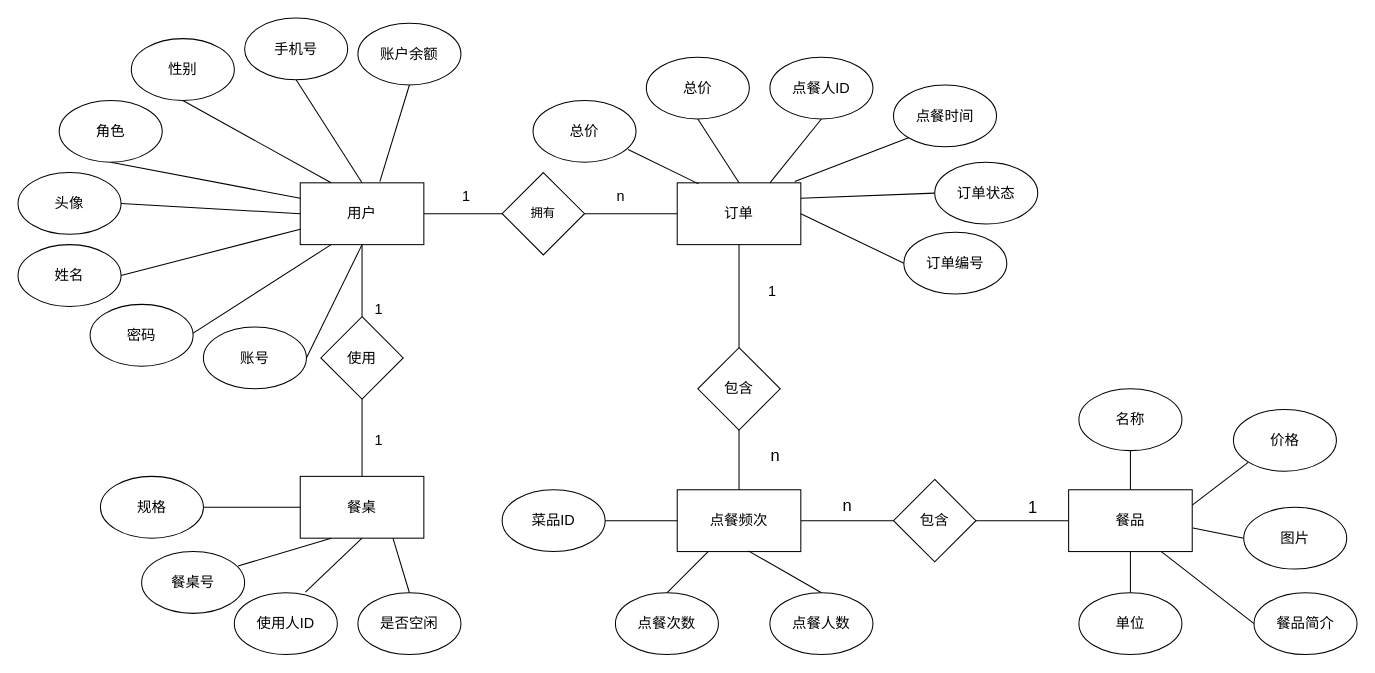
This is page "总体ER图" (18 of 18) of main.drawio from bzerozero7/test, a draw.io file, before an edit. Source tidied: cells renumbered, new cells numbered last; positions are measured from the earlier drawing's top-left corner, leaving out a move shared by most shapes. Both pictures are drawn from the tidied source at 103%, with x=0, y=0 at pixel (18, 18).
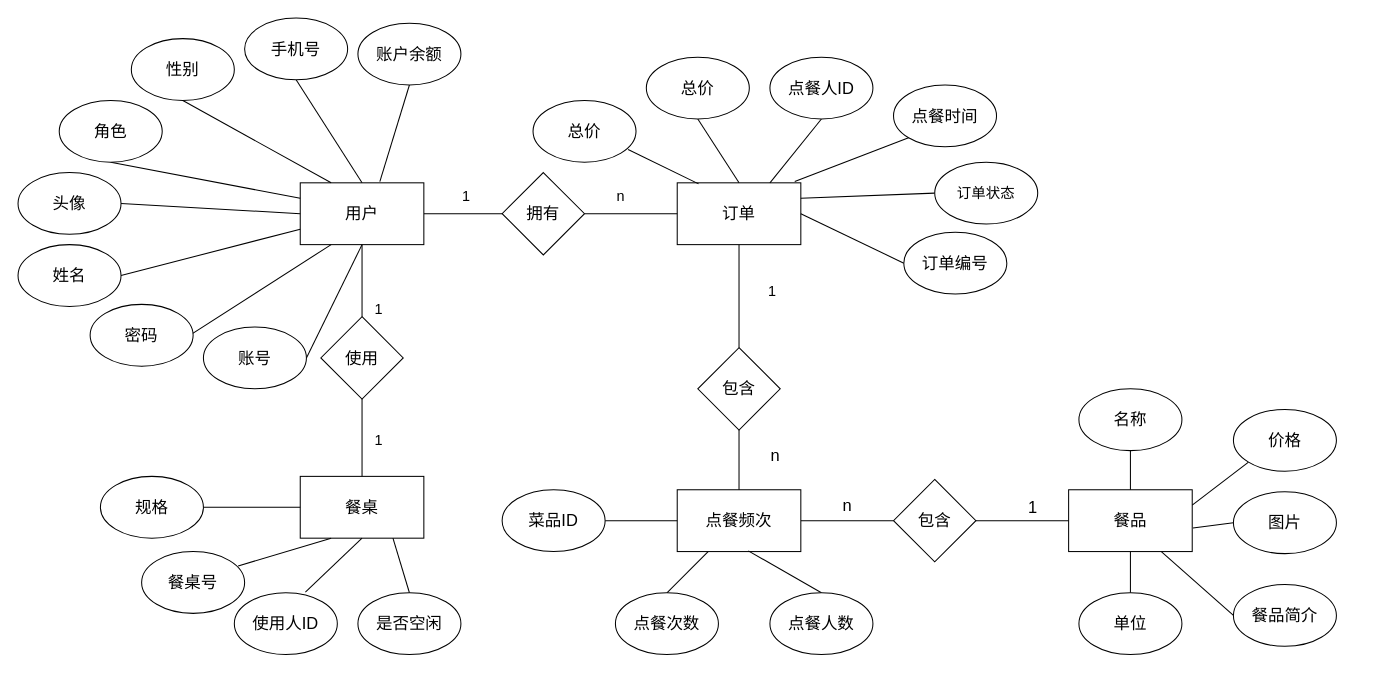
Above is the later version.

What changed in the source:
```diff
@@
-    <mxCell id="4" value="&lt;font style=&quot;font-size: 14px;&quot;&gt;用户&lt;/font&gt;" style="rounded=0;whiteSpace=wrap;html=1;" parent="1" vertex="1">
+    <mxCell id="4" value="&lt;font style=&quot;font-size: 16px;&quot;&gt;用户&lt;/font&gt;" style="rounded=0;whiteSpace=wrap;html=1;" parent="1" vertex="1">
       <mxGeometry x="274" y="160" width="120" height="60" as="geometry" />
     </mxCell>
@@
-    <mxCell id="6" value="&lt;font style=&quot;font-size: 14px;&quot;&gt;账号&lt;/font&gt;" style="ellipse;whiteSpace=wrap;html=1;" parent="1" vertex="1">
+    <mxCell id="6" value="&lt;font style=&quot;font-size: 16px;&quot;&gt;账号&lt;/font&gt;" style="ellipse;whiteSpace=wrap;html=1;" parent="1" vertex="1">
       <mxGeometry x="180" y="300" width="100" height="60" as="geometry" />
     </mxCell>
@@
-    <mxCell id="8" value="&lt;font style=&quot;font-size: 14px;&quot;&gt;密码&lt;/font&gt;" style="ellipse;whiteSpace=wrap;html=1;" parent="1" vertex="1">
+    <mxCell id="8" value="&lt;font style=&quot;font-size: 16px;&quot;&gt;密码&lt;/font&gt;" style="ellipse;whiteSpace=wrap;html=1;" parent="1" vertex="1">
       <mxGeometry x="70" y="278" width="100" height="60" as="geometry" />
     </mxCell>
@@
-    <mxCell id="10" value="&lt;font style=&quot;font-size: 14px;&quot;&gt;姓名&lt;/font&gt;" style="ellipse;whiteSpace=wrap;html=1;" parent="1" vertex="1">
+    <mxCell id="10" value="&lt;font style=&quot;font-size: 16px;&quot;&gt;姓名&lt;/font&gt;" style="ellipse;whiteSpace=wrap;html=1;" parent="1" vertex="1">
       <mxGeometry y="220" width="100" height="60" as="geometry" />
     </mxCell>
@@
-    <mxCell id="12" value="&lt;font style=&quot;font-size: 14px;&quot;&gt;头像&lt;/font&gt;" style="ellipse;whiteSpace=wrap;html=1;" parent="1" vertex="1">
+    <mxCell id="12" value="&lt;font style=&quot;font-size: 16px;&quot;&gt;头像&lt;/font&gt;" style="ellipse;whiteSpace=wrap;html=1;" parent="1" vertex="1">
       <mxGeometry y="150" width="100" height="60" as="geometry" />
     </mxCell>
@@
-    <mxCell id="14" value="&lt;font style=&quot;font-size: 14px;&quot;&gt;角色&lt;/font&gt;" style="ellipse;whiteSpace=wrap;html=1;" parent="1" vertex="1">
+    <mxCell id="14" value="&lt;font style=&quot;font-size: 16px;&quot;&gt;角色&lt;/font&gt;" style="ellipse;whiteSpace=wrap;html=1;" parent="1" vertex="1">
       <mxGeometry x="40" y="80" width="100" height="60" as="geometry" />
     </mxCell>
@@
-    <mxCell id="16" value="&lt;font style=&quot;font-size: 14px;&quot;&gt;性别&lt;/font&gt;" style="ellipse;whiteSpace=wrap;html=1;" parent="1" vertex="1">
+    <mxCell id="16" value="&lt;font style=&quot;font-size: 16px;&quot;&gt;性别&lt;/font&gt;" style="ellipse;whiteSpace=wrap;html=1;" parent="1" vertex="1">
       <mxGeometry x="110" y="20" width="100" height="60" as="geometry" />
     </mxCell>
@@
-    <mxCell id="18" value="&lt;font style=&quot;font-size: 14px;&quot;&gt;手机号&lt;/font&gt;" style="ellipse;whiteSpace=wrap;html=1;" parent="1" vertex="1">
+    <mxCell id="18" value="&lt;font style=&quot;font-size: 16px;&quot;&gt;手机号&lt;/font&gt;" style="ellipse;whiteSpace=wrap;html=1;" parent="1" vertex="1">
       <mxGeometry x="220" width="100" height="60" as="geometry" />
     </mxCell>
@@
-    <mxCell id="20" value="&lt;font style=&quot;font-size: 14px;&quot;&gt;账户余额&lt;/font&gt;" style="ellipse;whiteSpace=wrap;html=1;" parent="1" vertex="1">
+    <mxCell id="20" value="&lt;font style=&quot;font-size: 16px;&quot;&gt;账户余额&lt;/font&gt;" style="ellipse;whiteSpace=wrap;html=1;" parent="1" vertex="1">
       <mxGeometry x="330" y="5" width="100" height="60" as="geometry" />
     </mxCell>
@@
-    <mxCell id="22" value="&lt;font style=&quot;font-size: 14px;&quot;&gt;订单&lt;/font&gt;" style="rounded=0;whiteSpace=wrap;html=1;" parent="1" vertex="1">
+    <mxCell id="22" value="&lt;font style=&quot;font-size: 16px;&quot;&gt;订单&lt;/font&gt;" style="rounded=0;whiteSpace=wrap;html=1;" parent="1" vertex="1">
       <mxGeometry x="640" y="160" width="120" height="60" as="geometry" />
     </mxCell>
@@
-    <mxCell id="24" value="&lt;font style=&quot;font-size: 14px;&quot;&gt;总价&lt;/font&gt;" style="ellipse;whiteSpace=wrap;html=1;" parent="1" vertex="1">
+    <mxCell id="24" value="&lt;font style=&quot;font-size: 16px;&quot;&gt;总价&lt;/font&gt;" style="ellipse;whiteSpace=wrap;html=1;" parent="1" vertex="1">
       <mxGeometry x="610" y="38" width="100" height="60" as="geometry" />
     </mxCell>
@@
-    <mxCell id="26" value="&lt;font style=&quot;font-size: 14px;&quot;&gt;点餐人ID&lt;/font&gt;" style="ellipse;whiteSpace=wrap;html=1;" parent="1" vertex="1">
+    <mxCell id="26" value="&lt;font style=&quot;font-size: 16px;&quot;&gt;点餐人ID&lt;/font&gt;" style="ellipse;whiteSpace=wrap;html=1;" parent="1" vertex="1">
       <mxGeometry x="730" y="38" width="100" height="60" as="geometry" />
     </mxCell>
@@
-    <mxCell id="28" value="&lt;font style=&quot;font-size: 14px;&quot;&gt;点餐时间&lt;/font&gt;" style="ellipse;whiteSpace=wrap;html=1;" parent="1" vertex="1">
+    <mxCell id="28" value="&lt;font style=&quot;font-size: 16px;&quot;&gt;点餐时间&lt;/font&gt;" style="ellipse;whiteSpace=wrap;html=1;" parent="1" vertex="1">
       <mxGeometry x="850" y="65" width="100" height="60" as="geometry" />
     </mxCell>
@@
-    <mxCell id="32" value="&lt;font style=&quot;font-size: 14px;&quot;&gt;订单编号&lt;/font&gt;" style="ellipse;whiteSpace=wrap;html=1;" parent="1" vertex="1">
+    <mxCell id="32" value="&lt;font style=&quot;font-size: 16px;&quot;&gt;订单编号&lt;/font&gt;" style="ellipse;whiteSpace=wrap;html=1;" parent="1" vertex="1">
       <mxGeometry x="860" y="208" width="100" height="60" as="geometry" />
     </mxCell>
@@
-    <mxCell id="34" value="&lt;font style=&quot;font-size: 14px;&quot;&gt;总价&lt;/font&gt;" style="ellipse;whiteSpace=wrap;html=1;" parent="1" vertex="1">
+    <mxCell id="34" value="&lt;font style=&quot;font-size: 16px;&quot;&gt;总价&lt;/font&gt;" style="ellipse;whiteSpace=wrap;html=1;" parent="1" vertex="1">
       <mxGeometry x="500" y="80" width="100" height="60" as="geometry" />
     </mxCell>
@@
-    <mxCell id="36" value="拥有" style="rhombus;whiteSpace=wrap;html=1;" parent="1" vertex="1">
+    <mxCell id="36" value="&lt;font style=&quot;font-size: 16px;&quot;&gt;拥有&lt;/font&gt;" style="rhombus;whiteSpace=wrap;html=1;" parent="1" vertex="1">
       <mxGeometry x="470" y="150" width="80" height="80" as="geometry" />
     </mxCell>
@@
-    <mxCell id="39" value="&lt;font style=&quot;font-size: 14px;&quot;&gt;餐桌&lt;/font&gt;" style="rounded=0;whiteSpace=wrap;html=1;" parent="1" vertex="1">
+    <mxCell id="39" value="&lt;font style=&quot;font-size: 16px;&quot;&gt;餐桌&lt;/font&gt;" style="rounded=0;whiteSpace=wrap;html=1;" parent="1" vertex="1">
       <mxGeometry x="274" y="445" width="120" height="60" as="geometry" />
     </mxCell>
@@
-    <mxCell id="41" value="&lt;font style=&quot;font-size: 14px;&quot;&gt;餐桌号&lt;/font&gt;" style="ellipse;whiteSpace=wrap;html=1;" parent="1" vertex="1">
+    <mxCell id="41" value="&lt;font style=&quot;font-size: 16px;&quot;&gt;餐桌号&lt;/font&gt;" style="ellipse;whiteSpace=wrap;html=1;" parent="1" vertex="1">
       <mxGeometry x="120" y="518" width="100" height="60" as="geometry" />
     </mxCell>
@@
-    <mxCell id="43" value="&lt;font style=&quot;font-size: 14px;&quot;&gt;规格&lt;/font&gt;" style="ellipse;whiteSpace=wrap;html=1;" parent="1" vertex="1">
+    <mxCell id="43" value="&lt;font style=&quot;font-size: 16px;&quot;&gt;规格&lt;/font&gt;" style="ellipse;whiteSpace=wrap;html=1;" parent="1" vertex="1">
       <mxGeometry x="80" y="445" width="100" height="60" as="geometry" />
     </mxCell>
@@
-    <mxCell id="45" value="&lt;font style=&quot;font-size: 14px;&quot;&gt;是否空闲&lt;/font&gt;" style="ellipse;whiteSpace=wrap;html=1;" parent="1" vertex="1">
+    <mxCell id="45" value="&lt;font style=&quot;font-size: 16px;&quot;&gt;是否空闲&lt;/font&gt;" style="ellipse;whiteSpace=wrap;html=1;" parent="1" vertex="1">
       <mxGeometry x="330" y="558" width="100" height="60" as="geometry" />
     </mxCell>
@@
-    <mxCell id="47" value="&lt;font style=&quot;font-size: 14px;&quot;&gt;使用人ID&lt;/font&gt;" style="ellipse;whiteSpace=wrap;html=1;" parent="1" vertex="1">
+    <mxCell id="47" value="&lt;font style=&quot;font-size: 16px;&quot;&gt;使用人ID&lt;/font&gt;" style="ellipse;whiteSpace=wrap;html=1;" parent="1" vertex="1">
       <mxGeometry x="210" y="558" width="100" height="60" as="geometry" />
     </mxCell>
@@
-    <mxCell id="49" value="&lt;font style=&quot;font-size: 14px;&quot;&gt;使用&lt;/font&gt;" style="rhombus;whiteSpace=wrap;html=1;" parent="1" vertex="1">
+    <mxCell id="49" value="&lt;font style=&quot;font-size: 16px;&quot;&gt;使用&lt;/font&gt;" style="rhombus;whiteSpace=wrap;html=1;" parent="1" vertex="1">
       <mxGeometry x="294" y="290" width="80" height="80" as="geometry" />
     </mxCell>
@@
-    <mxCell id="53" value="&lt;font style=&quot;font-size: 14px;&quot;&gt;点餐频次&lt;/font&gt;" style="rounded=0;whiteSpace=wrap;html=1;" parent="1" vertex="1">
+    <mxCell id="53" value="&lt;font style=&quot;font-size: 16px;&quot;&gt;点餐频次&lt;/font&gt;" style="rounded=0;whiteSpace=wrap;html=1;" parent="1" vertex="1">
       <mxGeometry x="640" y="458" width="120" height="60" as="geometry" />
     </mxCell>
@@
-    <mxCell id="55" value="&lt;font style=&quot;font-size: 14px;&quot;&gt;菜品ID&lt;/font&gt;" style="ellipse;whiteSpace=wrap;html=1;" parent="1" vertex="1">
+    <mxCell id="55" value="&lt;font style=&quot;font-size: 16px;&quot;&gt;菜品ID&lt;/font&gt;" style="ellipse;whiteSpace=wrap;html=1;" parent="1" vertex="1">
       <mxGeometry x="470" y="458" width="100" height="60" as="geometry" />
     </mxCell>
@@
-    <mxCell id="57" value="&lt;font style=&quot;font-size: 14px;&quot;&gt;点餐人数&lt;/font&gt;" style="ellipse;whiteSpace=wrap;html=1;" parent="1" vertex="1">
+    <mxCell id="57" value="&lt;font style=&quot;font-size: 16px;&quot;&gt;点餐人数&lt;/font&gt;" style="ellipse;whiteSpace=wrap;html=1;" parent="1" vertex="1">
       <mxGeometry x="730" y="558" width="100" height="60" as="geometry" />
     </mxCell>
@@
-    <mxCell id="59" value="&lt;font style=&quot;font-size: 14px;&quot;&gt;点餐次数&lt;/font&gt;" style="ellipse;whiteSpace=wrap;html=1;" parent="1" vertex="1">
+    <mxCell id="59" value="&lt;font style=&quot;font-size: 16px;&quot;&gt;点餐次数&lt;/font&gt;" style="ellipse;whiteSpace=wrap;html=1;" parent="1" vertex="1">
       <mxGeometry x="580" y="558" width="100" height="60" as="geometry" />
     </mxCell>
@@
-    <mxCell id="61" value="&lt;font style=&quot;font-size: 14px;&quot;&gt;包含&lt;/font&gt;" style="rhombus;whiteSpace=wrap;html=1;" parent="1" vertex="1">
+    <mxCell id="61" value="&lt;font style=&quot;font-size: 16px;&quot;&gt;包含&lt;/font&gt;" style="rhombus;whiteSpace=wrap;html=1;" parent="1" vertex="1">
       <mxGeometry x="660" y="320" width="80" height="80" as="geometry" />
     </mxCell>
@@
-    <mxCell id="64" value="&lt;font style=&quot;font-size: 14px;&quot;&gt;餐品&lt;/font&gt;" style="rounded=0;whiteSpace=wrap;html=1;" parent="1" vertex="1">
+    <mxCell id="64" value="&lt;font style=&quot;font-size: 16px;&quot;&gt;餐品&lt;/font&gt;" style="rounded=0;whiteSpace=wrap;html=1;" parent="1" vertex="1">
       <mxGeometry x="1020" y="458" width="120" height="60" as="geometry" />
     </mxCell>
@@
-    <mxCell id="66" value="&lt;font style=&quot;font-size: 14px;&quot;&gt;名称&lt;/font&gt;" style="ellipse;whiteSpace=wrap;html=1;" parent="1" vertex="1">
+    <mxCell id="66" value="&lt;font style=&quot;font-size: 16px;&quot;&gt;名称&lt;/font&gt;" style="ellipse;whiteSpace=wrap;html=1;" parent="1" vertex="1">
       <mxGeometry x="1030" y="360" width="100" height="60" as="geometry" />
     </mxCell>
@@
-    <mxCell id="68" value="&lt;font style=&quot;font-size: 14px;&quot;&gt;价格&lt;/font&gt;" style="ellipse;whiteSpace=wrap;html=1;" parent="1" vertex="1">
+    <mxCell id="68" value="&lt;font style=&quot;font-size: 16px;&quot;&gt;价格&lt;/font&gt;" style="ellipse;whiteSpace=wrap;html=1;" parent="1" vertex="1">
       <mxGeometry x="1180" y="380" width="100" height="60" as="geometry" />
     </mxCell>
@@
-    <mxCell id="70" value="&lt;font style=&quot;font-size: 14px;&quot;&gt;图片&lt;/font&gt;" style="ellipse;whiteSpace=wrap;html=1;" parent="1" vertex="1">
-      <mxGeometry x="1190" y="475" width="100" height="60" as="geometry" />
+    <mxCell id="70" value="&lt;font style=&quot;font-size: 16px;&quot;&gt;图片&lt;/font&gt;" style="ellipse;whiteSpace=wrap;html=1;" parent="1" vertex="1">
+      <mxGeometry x="1180" y="460" width="100" height="60" as="geometry" />
     </mxCell>
@@
-    <mxCell id="72" value="&lt;font style=&quot;font-size: 14px;&quot;&gt;餐品简介&lt;/font&gt;" style="ellipse;whiteSpace=wrap;html=1;" parent="1" vertex="1">
-      <mxGeometry x="1200" y="558" width="100" height="60" as="geometry" />
+    <mxCell id="72" value="&lt;font style=&quot;font-size: 16px;&quot;&gt;餐品简介&lt;/font&gt;" style="ellipse;whiteSpace=wrap;html=1;" parent="1" vertex="1">
+      <mxGeometry x="1180" y="550" width="100" height="60" as="geometry" />
     </mxCell>
@@
-    <mxCell id="74" value="&lt;font style=&quot;font-size: 14px;&quot;&gt;单位&lt;/font&gt;" style="ellipse;whiteSpace=wrap;html=1;" parent="1" vertex="1">
+    <mxCell id="74" value="&lt;font style=&quot;font-size: 16px;&quot;&gt;单位&lt;/font&gt;" style="ellipse;whiteSpace=wrap;html=1;" parent="1" vertex="1">
       <mxGeometry x="1030" y="558" width="100" height="60" as="geometry" />
     </mxCell>
@@
-    <mxCell id="76" value="&lt;font style=&quot;font-size: 14px;&quot;&gt;包含&lt;/font&gt;" style="rhombus;whiteSpace=wrap;html=1;" parent="1" vertex="1">
+    <mxCell id="76" value="&lt;font style=&quot;font-size: 16px;&quot;&gt;包含&lt;/font&gt;" style="rhombus;whiteSpace=wrap;html=1;" parent="1" vertex="1">
       <mxGeometry x="850" y="448" width="80" height="80" as="geometry" />
     </mxCell>
```
